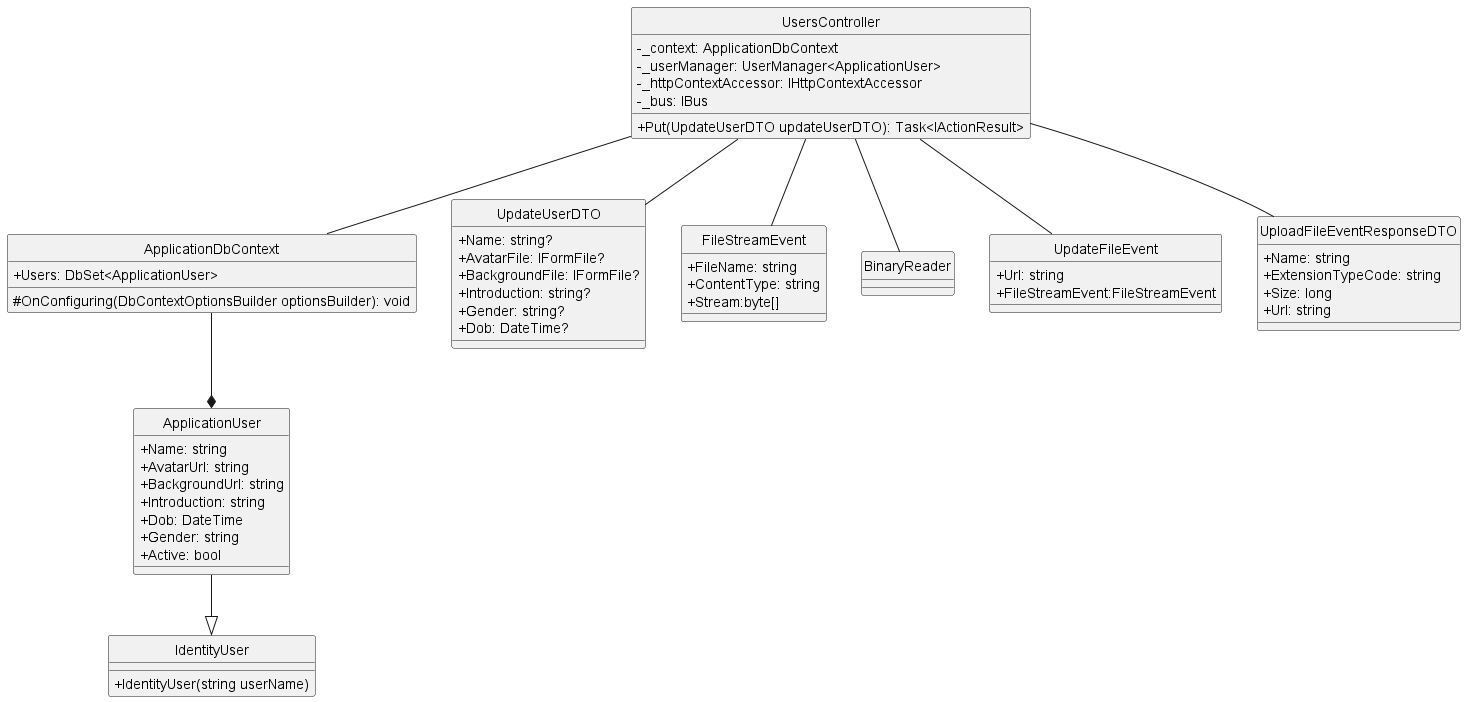
Earlier version of the PlantUML export docs/Class Diagram/Identity/UpdateUser/ClassDiagram/updateUser.png (Carl-Johnsons/Chat-Application). The source it was exported from:
```plantuml
@startuml updateUser
hide circle
skinparam classAttributeIconSize 0
class UsersController {
    - _context: ApplicationDbContext
    - _userManager: UserManager<ApplicationUser>
    - _httpContextAccessor: IHttpContextAccessor
    - _bus: IBus
    + Put(UpdateUserDTO updateUserDTO): Task<IActionResult>
}

class ApplicationDbContext {
    +Users: DbSet<ApplicationUser>
    #OnConfiguring(DbContextOptionsBuilder optionsBuilder): void
}


class UpdateUserDTO {
    +Name: string?
    +AvatarFile: IFormFile?
    +BackgroundFile: IFormFile?
    +Introduction: string?
    +Gender: string?
    +Dob: DateTime?
}

class FileStreamEvent
{
    +FileName: string
    +ContentType: string
    +Stream:byte[]
}
class BinaryReader
class UpdateFileEvent{
    +Url: string
    +FileStreamEvent:FileStreamEvent
}

class UploadFileEventResponseDTO{
    +Name: string
    +ExtensionTypeCode: string
    +Size: long
    +Url: string
}

class ApplicationUser {
    +Name: string
    +AvatarUrl: string
    +BackgroundUrl: string
    +Introduction: string
    +Dob: DateTime
    +Gender: string
    +Active: bool
}

class IdentityUser {
    + IdentityUser(string userName)
}

UsersController -- ApplicationDbContext
UsersController -- UpdateUserDTO
UsersController -- BinaryReader
UsersController -- FileStreamEvent
UsersController -- UpdateFileEvent
UsersController -- UploadFileEventResponseDTO
ApplicationDbContext --* ApplicationUser
ApplicationUser --|> IdentityUser
@enduml
```
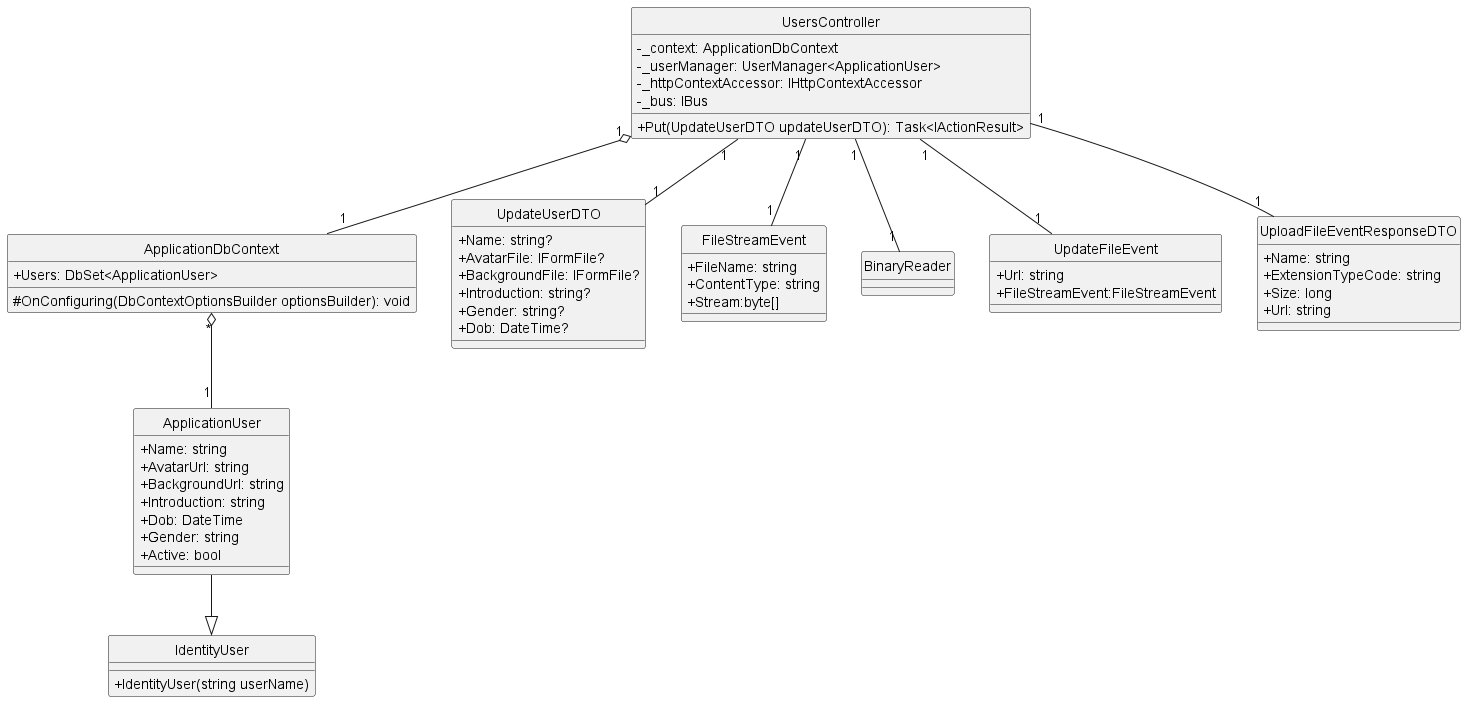
The same file after the commit.

Change to the diagram source:
```diff
@@ -57,12 +57,12 @@
     + IdentityUser(string userName)
 }
 
-UsersController -- ApplicationDbContext
-UsersController -- UpdateUserDTO
-UsersController -- BinaryReader
-UsersController -- FileStreamEvent
-UsersController -- UpdateFileEvent
-UsersController -- UploadFileEventResponseDTO
-ApplicationDbContext --* ApplicationUser
+UsersController "1" o--"1" ApplicationDbContext
+UsersController "1"--"1" UpdateUserDTO
+UsersController "1"--"1" BinaryReader
+UsersController "1"--"1" FileStreamEvent
+UsersController "1"--"1" UpdateFileEvent
+UsersController "1"--"1" UploadFileEventResponseDTO
+ApplicationDbContext "*" o--"1" ApplicationUser
 ApplicationUser --|> IdentityUser
 @enduml
```
